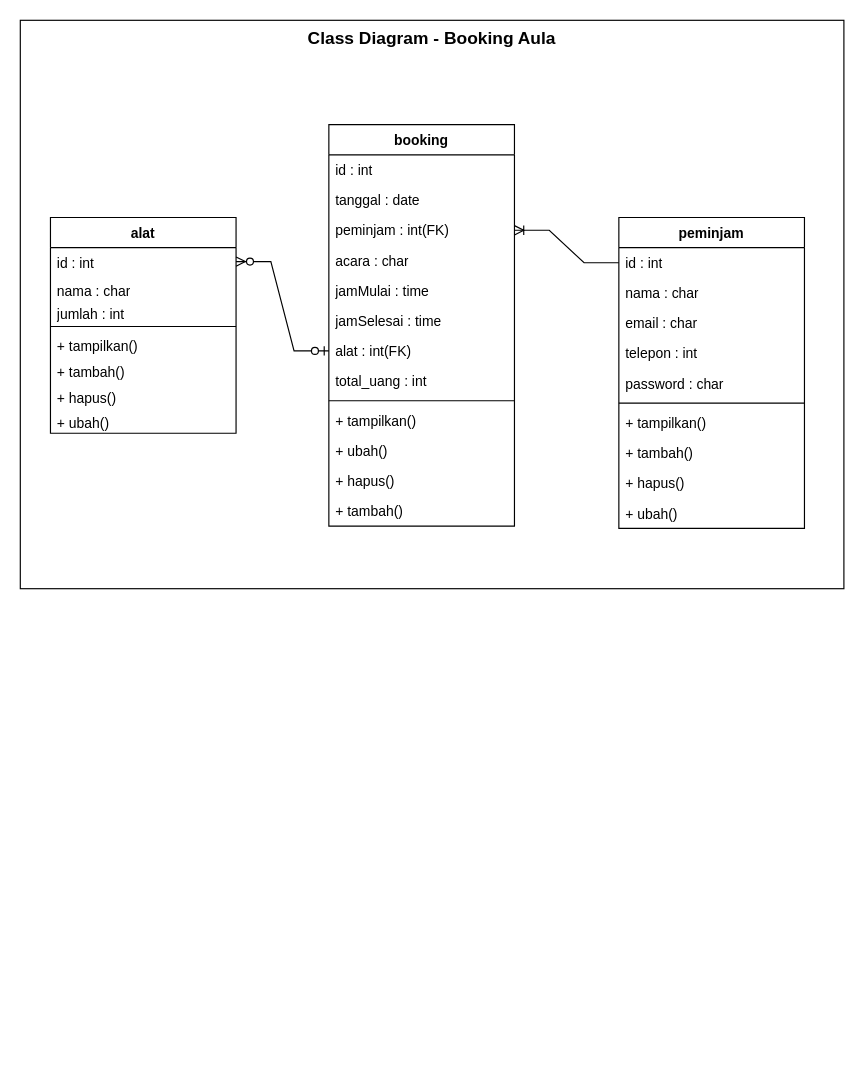
ZulpaAgustin/BookNow keeps this draw.io diagram as page "Class-diagram" (3 of 7) of alur-bisnis.drawio. Above is the earlier version. Source tidied: cells renumbered, new cells numbered last; positions are measured from the earlier drawing's top-left corner, leaving out a move shared by most shapes. Both pictures are drawn from the tidied source at 116%, with x=0, y=0 at pixel (20, 20).
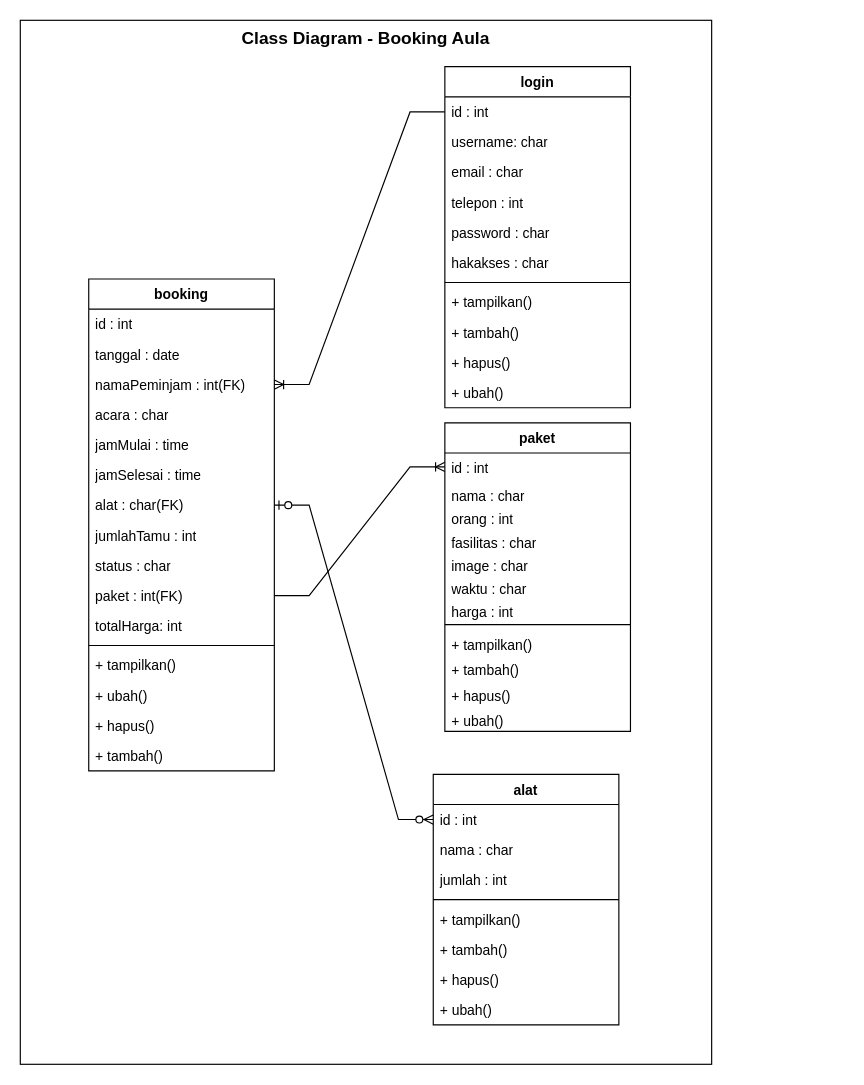
After the change.

The change refers to these unchanged cells:
```xml
<mxCell id="4" value="id : int" style="text;strokeColor=none;fillColor=none;align=left;verticalAlign=top;spacingLeft=4;spacingRight=4;overflow=hidden;points=[[0,0.5],[1,0.5]];portConstraint=eastwest;whiteSpace=wrap;html=1;" parent="3" vertex="1">
  <mxGeometry y="26" width="160" height="24" as="geometry" />
</mxCell>
```

Change to the diagram source:
```diff
@@
     <mxCell id="2" value="Class Diagram - Booking Aula" style="rounded=0;whiteSpace=wrap;html=1;verticalAlign=top;fontStyle=1;fontSize=15;" parent="1" vertex="1">
-      <mxGeometry width="710" height="490" as="geometry" />
+      <mxGeometry width="596" height="900" as="geometry" />
     </mxCell>
-    <mxCell id="3" value="alat" style="swimlane;fontStyle=1;align=center;verticalAlign=top;horizontal=1;startSize=26;whiteSpace=wrap;html=1;" parent="1" vertex="1">
-      <mxGeometry x="26" y="170" width="160" height="186" as="geometry" />
+    <mxCell id="3" value="paket" style="swimlane;fontStyle=1;align=center;verticalAlign=top;horizontal=1;startSize=26;whiteSpace=wrap;html=1;" parent="1" vertex="1">
+      <mxGeometry x="366" y="347" width="160" height="266" as="geometry" />
     </mxCell>
@@
-    <mxCell id="6" value="jumlah : int" style="text;strokeColor=none;fillColor=none;align=left;verticalAlign=top;spacingLeft=4;spacingRight=4;overflow=hidden;whiteSpace=wrap;html=1;" parent="3" vertex="1">
+    <mxCell id="6" value="orang : int" style="text;strokeColor=none;fillColor=none;align=left;verticalAlign=top;spacingLeft=4;spacingRight=4;overflow=hidden;whiteSpace=wrap;html=1;" parent="3" vertex="1">
       <mxGeometry y="70" width="160" height="20" as="geometry" />
     </mxCell>
+    <mxCell id="39" value="fasilitas : char" style="text;strokeColor=none;fillColor=none;align=left;verticalAlign=top;spacingLeft=4;spacingRight=4;overflow=hidden;whiteSpace=wrap;html=1;" parent="3" vertex="1">
+      <mxGeometry y="90" width="160" height="20" as="geometry" />
+    </mxCell>
+    <mxCell id="40" value="image : char" style="text;strokeColor=none;fillColor=none;align=left;verticalAlign=top;spacingLeft=4;spacingRight=4;overflow=hidden;whiteSpace=wrap;html=1;" parent="3" vertex="1">
+      <mxGeometry y="110" width="160" height="20" as="geometry" />
+    </mxCell>
+    <mxCell id="41" value="waktu : char" style="text;strokeColor=none;fillColor=none;align=left;verticalAlign=top;spacingLeft=4;spacingRight=4;overflow=hidden;whiteSpace=wrap;html=1;" parent="3" vertex="1">
+      <mxGeometry y="130" width="160" height="20" as="geometry" />
+    </mxCell>
+    <mxCell id="42" value="harga : int" style="text;strokeColor=none;fillColor=none;align=left;verticalAlign=top;spacingLeft=4;spacingRight=4;overflow=hidden;whiteSpace=wrap;html=1;" parent="3" vertex="1">
+      <mxGeometry y="150" width="160" height="20" as="geometry" />
+    </mxCell>
     <mxCell id="7" style="line;strokeWidth=1;fillColor=none;align=left;verticalAlign=middle;spacingTop=-1;spacingLeft=3;spacingRight=3;labelPosition=right;strokeColor=inherit;" parent="3" vertex="1">
-      <mxGeometry y="90" width="160" height="8" as="geometry" />
+      <mxGeometry y="170" width="160" height="8" as="geometry" />
     </mxCell>
     <mxCell id="8" value="&lt;div&gt;+ tampilkan()&lt;/div&gt;" style="text;strokeColor=none;fillColor=none;align=left;verticalAlign=top;spacingLeft=4;spacingRight=4;overflow=hidden;whiteSpace=wrap;html=1;" parent="3" vertex="1">
-      <mxGeometry y="98" width="160" height="22" as="geometry" />
+      <mxGeometry y="178" width="160" height="22" as="geometry" />
     </mxCell>
     <mxCell id="9" value="&lt;div&gt;&lt;span style=&quot;background-color: initial;&quot;&gt;+ tambah()&lt;/span&gt;&lt;br&gt;&lt;/div&gt;" style="text;strokeColor=none;fillColor=none;align=left;verticalAlign=top;spacingLeft=4;spacingRight=4;overflow=hidden;whiteSpace=wrap;html=1;" parent="3" vertex="1">
-      <mxGeometry y="120" width="160" height="22" as="geometry" />
+      <mxGeometry y="200" width="160" height="22" as="geometry" />
     </mxCell>
     <mxCell id="10" value="&lt;div&gt;&lt;span style=&quot;background-color: initial;&quot;&gt;+ hapus()&lt;/span&gt;&lt;br&gt;&lt;/div&gt;" style="text;strokeColor=none;fillColor=none;align=left;verticalAlign=top;spacingLeft=4;spacingRight=4;overflow=hidden;whiteSpace=wrap;html=1;" parent="3" vertex="1">
-      <mxGeometry y="142" width="160" height="22" as="geometry" />
+      <mxGeometry y="222" width="160" height="22" as="geometry" />
     </mxCell>
     <mxCell id="11" value="&lt;div&gt;&lt;span style=&quot;background-color: initial;&quot;&gt;+ ubah()&lt;/span&gt;&lt;br&gt;&lt;/div&gt;" style="text;strokeColor=none;fillColor=none;align=left;verticalAlign=top;spacingLeft=4;spacingRight=4;overflow=hidden;whiteSpace=wrap;html=1;" parent="3" vertex="1">
-      <mxGeometry y="164" width="160" height="22" as="geometry" />
+      <mxGeometry y="244" width="160" height="22" as="geometry" />
     </mxCell>
     <mxCell id="12" value="booking" style="swimlane;fontStyle=1;align=center;verticalAlign=top;horizontal=1;startSize=26;whiteSpace=wrap;html=1;" parent="1" vertex="1">
-      <mxGeometry x="266" y="90" width="160" height="346" as="geometry" />
+      <mxGeometry x="59" y="223" width="160" height="424" as="geometry" />
     </mxCell>
@@
-    <mxCell id="15" value="peminjam : int(FK)" style="text;strokeColor=none;fillColor=none;align=left;verticalAlign=top;spacingLeft=4;spacingRight=4;overflow=hidden;points=[[0,0.5],[1,0.5]];portConstraint=eastwest;whiteSpace=wrap;html=1;" parent="12" vertex="1">
+    <mxCell id="15" value="namaPeminjam : int(FK)" style="text;strokeColor=none;fillColor=none;align=left;verticalAlign=top;spacingLeft=4;spacingRight=4;overflow=hidden;points=[[0,0.5],[1,0.5]];portConstraint=eastwest;whiteSpace=wrap;html=1;" parent="12" vertex="1">
       <mxGeometry y="78" width="160" height="26" as="geometry" />
     </mxCell>
@@
-    <mxCell id="19" value="alat : int(FK)" style="text;strokeColor=none;fillColor=none;align=left;verticalAlign=top;spacingLeft=4;spacingRight=4;overflow=hidden;points=[[0,0.5],[1,0.5]];portConstraint=eastwest;whiteSpace=wrap;html=1;" parent="12" vertex="1">
+    <mxCell id="19" value="alat : char(FK)" style="text;strokeColor=none;fillColor=none;align=left;verticalAlign=top;spacingLeft=4;spacingRight=4;overflow=hidden;points=[[0,0.5],[1,0.5]];portConstraint=eastwest;whiteSpace=wrap;html=1;" parent="12" vertex="1">
       <mxGeometry y="182" width="160" height="26" as="geometry" />
     </mxCell>
+    <mxCell id="43" value="jumlahTamu : int" style="text;strokeColor=none;fillColor=none;align=left;verticalAlign=top;spacingLeft=4;spacingRight=4;overflow=hidden;whiteSpace=wrap;html=1;" parent="12" vertex="1">
+      <mxGeometry y="208" width="160" height="26" as="geometry" />
+    </mxCell>
+    <mxCell id="44" value="status : char" style="text;strokeColor=none;fillColor=none;align=left;verticalAlign=top;spacingLeft=4;spacingRight=4;overflow=hidden;whiteSpace=wrap;html=1;" parent="12" vertex="1">
+      <mxGeometry y="234" width="160" height="26" as="geometry" />
+    </mxCell>
+    <mxCell id="45" value="paket : int(FK)" style="text;strokeColor=none;fillColor=none;align=left;verticalAlign=top;spacingLeft=4;spacingRight=4;overflow=hidden;points=[[0,0.5],[1,0.5]];portConstraint=eastwest;whiteSpace=wrap;html=1;" parent="12" vertex="1">
+      <mxGeometry y="260" width="160" height="26" as="geometry" />
+    </mxCell>
-    <mxCell id="20" value="total_uang : int" style="text;strokeColor=none;fillColor=none;align=left;verticalAlign=top;spacingLeft=4;spacingRight=4;overflow=hidden;whiteSpace=wrap;html=1;" parent="12" vertex="1">
-      <mxGeometry y="208" width="160" height="26" as="geometry" />
+    <mxCell id="20" value="totalHarga: int" style="text;strokeColor=none;fillColor=none;align=left;verticalAlign=top;spacingLeft=4;spacingRight=4;overflow=hidden;whiteSpace=wrap;html=1;" parent="12" vertex="1">
+      <mxGeometry y="286" width="160" height="26" as="geometry" />
     </mxCell>
     <mxCell id="21" style="line;strokeWidth=1;fillColor=none;align=left;verticalAlign=middle;spacingTop=-1;spacingLeft=3;spacingRight=3;labelPosition=right;strokeColor=inherit;" parent="12" vertex="1">
-      <mxGeometry y="234" width="160" height="8" as="geometry" />
+      <mxGeometry y="312" width="160" height="8" as="geometry" />
     </mxCell>
     <mxCell id="22" value="+ tampilkan()" style="text;strokeColor=none;fillColor=none;align=left;verticalAlign=top;spacingLeft=4;spacingRight=4;overflow=hidden;whiteSpace=wrap;html=1;" parent="12" vertex="1">
-      <mxGeometry y="242" width="160" height="26" as="geometry" />
+      <mxGeometry y="320" width="160" height="26" as="geometry" />
     </mxCell>
     <mxCell id="23" value="+ ubah()" style="text;strokeColor=none;fillColor=none;align=left;verticalAlign=top;spacingLeft=4;spacingRight=4;overflow=hidden;whiteSpace=wrap;html=1;" parent="12" vertex="1">
-      <mxGeometry y="268" width="160" height="26" as="geometry" />
+      <mxGeometry y="346" width="160" height="26" as="geometry" />
     </mxCell>
     <mxCell id="24" value="+ hapus()" style="text;strokeColor=none;fillColor=none;align=left;verticalAlign=top;spacingLeft=4;spacingRight=4;overflow=hidden;whiteSpace=wrap;html=1;" parent="12" vertex="1">
-      <mxGeometry y="294" width="160" height="26" as="geometry" />
+      <mxGeometry y="372" width="160" height="26" as="geometry" />
     </mxCell>
     <mxCell id="25" value="&lt;div&gt;+ tambah()&lt;/div&gt;" style="text;strokeColor=none;fillColor=none;align=left;verticalAlign=top;spacingLeft=4;spacingRight=4;overflow=hidden;whiteSpace=wrap;html=1;" parent="12" vertex="1">
-      <mxGeometry y="320" width="160" height="26" as="geometry" />
+      <mxGeometry y="398" width="160" height="26" as="geometry" />
     </mxCell>
-    <mxCell id="26" style="edgeStyle=entityRelationEdgeStyle;fontSize=12;html=1;endArrow=ERzeroToMany;startArrow=ERzeroToOne;rounded=0;" parent="1" edge="1" source="19" target="4">
+    <mxCell id="26" style="edgeStyle=entityRelationEdgeStyle;fontSize=12;html=1;endArrow=ERzeroToMany;startArrow=ERzeroToOne;rounded=0;entryX=0;entryY=0.5;entryDx=0;entryDy=0;" parent="1" edge="1" source="19" target="48">
       <mxGeometry relative="1" as="geometry" />
     </mxCell>
-    <mxCell id="27" value="peminjam" style="swimlane;fontStyle=1;align=center;verticalAlign=top;horizontal=1;startSize=26;whiteSpace=wrap;html=1;" parent="1" vertex="1">
-      <mxGeometry x="516" y="170" width="160" height="268" as="geometry" />
+    <mxCell id="27" value="login" style="swimlane;fontStyle=1;align=center;verticalAlign=top;horizontal=1;startSize=26;whiteSpace=wrap;html=1;" parent="1" vertex="1">
+      <mxGeometry x="366" y="40" width="160" height="294" as="geometry" />
     </mxCell>
@@
-    <mxCell id="29" value="nama : char" style="text;strokeColor=none;fillColor=none;align=left;verticalAlign=top;spacingLeft=4;spacingRight=4;overflow=hidden;whiteSpace=wrap;html=1;" parent="27" vertex="1">
+    <mxCell id="29" value="username: char" style="text;strokeColor=none;fillColor=none;align=left;verticalAlign=top;spacingLeft=4;spacingRight=4;overflow=hidden;whiteSpace=wrap;html=1;" parent="27" vertex="1">
       <mxGeometry y="52" width="160" height="26" as="geometry" />
     </mxCell>
@@
+    <mxCell id="46" value="hakakses : char" style="text;strokeColor=none;fillColor=none;align=left;verticalAlign=top;spacingLeft=4;spacingRight=4;overflow=hidden;whiteSpace=wrap;html=1;" parent="27" vertex="1">
+      <mxGeometry y="156" width="160" height="26" as="geometry" />
+    </mxCell>
     <mxCell id="33" style="line;strokeWidth=1;fillColor=none;align=left;verticalAlign=middle;spacingTop=-1;spacingLeft=3;spacingRight=3;labelPosition=right;strokeColor=inherit;" parent="27" vertex="1">
-      <mxGeometry y="156" width="160" height="8" as="geometry" />
+      <mxGeometry y="182" width="160" height="8" as="geometry" />
     </mxCell>
     <mxCell id="34" value="+ tampilkan()" style="text;strokeColor=none;fillColor=none;align=left;verticalAlign=top;spacingLeft=4;spacingRight=4;overflow=hidden;whiteSpace=wrap;html=1;" parent="27" vertex="1">
-      <mxGeometry y="164" width="160" height="26" as="geometry" />
+      <mxGeometry y="190" width="160" height="26" as="geometry" />
     </mxCell>
     <mxCell id="35" value="+ tambah()" style="text;strokeColor=none;fillColor=none;align=left;verticalAlign=top;spacingLeft=4;spacingRight=4;overflow=hidden;whiteSpace=wrap;html=1;" parent="27" vertex="1">
-      <mxGeometry y="190" width="160" height="26" as="geometry" />
+      <mxGeometry y="216" width="160" height="26" as="geometry" />
     </mxCell>
     <mxCell id="36" value="+ hapus()" style="text;strokeColor=none;fillColor=none;align=left;verticalAlign=top;spacingLeft=4;spacingRight=4;overflow=hidden;whiteSpace=wrap;html=1;" parent="27" vertex="1">
-      <mxGeometry y="216" width="160" height="26" as="geometry" />
+      <mxGeometry y="242" width="160" height="26" as="geometry" />
     </mxCell>
     <mxCell id="37" value="+ ubah()" style="text;strokeColor=none;fillColor=none;align=left;verticalAlign=top;spacingLeft=4;spacingRight=4;overflow=hidden;whiteSpace=wrap;html=1;" parent="27" vertex="1">
-      <mxGeometry y="242" width="160" height="26" as="geometry" />
+      <mxGeometry y="268" width="160" height="26" as="geometry" />
     </mxCell>
@@
+    <mxCell id="47" value="alat" style="swimlane;fontStyle=1;align=center;verticalAlign=top;horizontal=1;startSize=26;whiteSpace=wrap;html=1;" parent="1" vertex="1">
+      <mxGeometry x="356" y="650" width="160" height="216" as="geometry" />
+    </mxCell>
+    <mxCell id="48" value="id : int" style="text;strokeColor=none;fillColor=none;align=left;verticalAlign=top;spacingLeft=4;spacingRight=4;overflow=hidden;points=[[0,0.5],[1,0.5]];portConstraint=eastwest;whiteSpace=wrap;html=1;" parent="47" vertex="1">
+      <mxGeometry y="26" width="160" height="26" as="geometry" />
+    </mxCell>
+    <mxCell id="49" value="nama : char" style="text;strokeColor=none;fillColor=none;align=left;verticalAlign=top;spacingLeft=4;spacingRight=4;overflow=hidden;whiteSpace=wrap;html=1;" parent="47" vertex="1">
+      <mxGeometry y="52" width="160" height="26" as="geometry" />
+    </mxCell>
+    <mxCell id="50" value="jumlah : int" style="text;strokeColor=none;fillColor=none;align=left;verticalAlign=top;spacingLeft=4;spacingRight=4;overflow=hidden;whiteSpace=wrap;html=1;" parent="47" vertex="1">
+      <mxGeometry y="78" width="160" height="26" as="geometry" />
+    </mxCell>
+    <mxCell id="51" style="line;strokeWidth=1;fillColor=none;align=left;verticalAlign=middle;spacingTop=-1;spacingLeft=3;spacingRight=3;labelPosition=right;strokeColor=inherit;" parent="47" vertex="1">
+      <mxGeometry y="104" width="160" height="8" as="geometry" />
+    </mxCell>
+    <mxCell id="52" value="+ tampilkan()" style="text;strokeColor=none;fillColor=none;align=left;verticalAlign=top;spacingLeft=4;spacingRight=4;overflow=hidden;whiteSpace=wrap;html=1;" parent="47" vertex="1">
+      <mxGeometry y="112" width="160" height="26" as="geometry" />
+    </mxCell>
+    <mxCell id="53" value="+ tambah()" style="text;strokeColor=none;fillColor=none;align=left;verticalAlign=top;spacingLeft=4;spacingRight=4;overflow=hidden;whiteSpace=wrap;html=1;" parent="47" vertex="1">
+      <mxGeometry y="138" width="160" height="26" as="geometry" />
+    </mxCell>
+    <mxCell id="54" value="+ hapus()" style="text;strokeColor=none;fillColor=none;align=left;verticalAlign=top;spacingLeft=4;spacingRight=4;overflow=hidden;whiteSpace=wrap;html=1;" parent="47" vertex="1">
+      <mxGeometry y="164" width="160" height="26" as="geometry" />
+    </mxCell>
+    <mxCell id="55" value="+ ubah()" style="text;strokeColor=none;fillColor=none;align=left;verticalAlign=top;spacingLeft=4;spacingRight=4;overflow=hidden;whiteSpace=wrap;html=1;" parent="47" vertex="1">
+      <mxGeometry y="190" width="160" height="26" as="geometry" />
+    </mxCell>
+    <mxCell id="56" style="edgeStyle=entityRelationEdgeStyle;fontSize=12;html=1;endArrow=ERoneToMany;rounded=0;entryX=0;entryY=0.5;entryDx=0;entryDy=0;exitX=1;exitY=0.5;exitDx=0;exitDy=0;" parent="1" edge="1" source="45" target="4">
+      <mxGeometry relative="1" as="geometry">
+        <Array as="points">
+          <mxPoint x="226" y="370" />
+          <mxPoint x="276" y="480" />
+        </Array>
+      </mxGeometry>
+    </mxCell>
```
